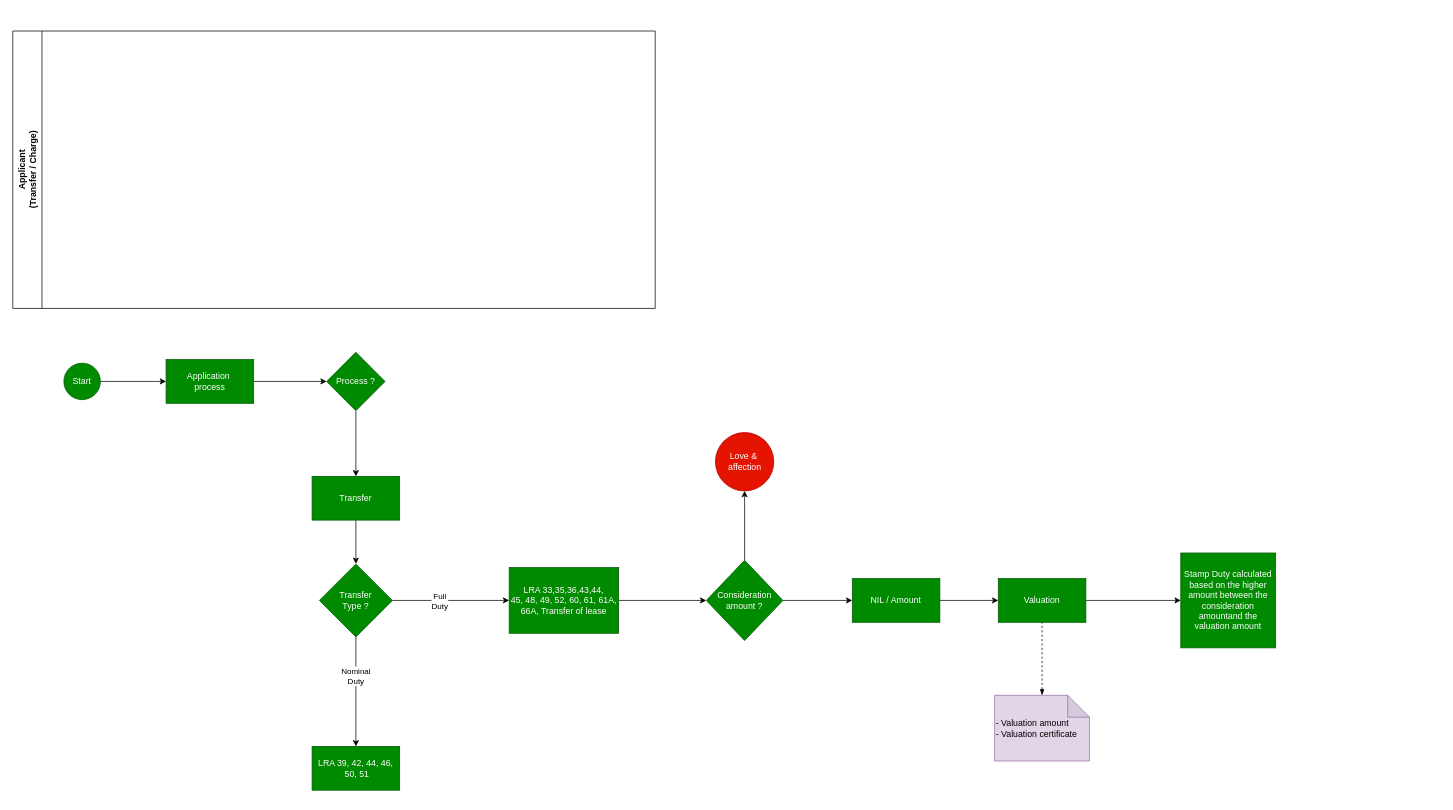
Earlier version of the draw.io diagram stampDuty/process/stamp_duty.drawio (pascalokoth/BPMN). Source tidied: cells renumbered, new cells numbered last; positions are measured from the earlier drawing's top-left corner, leaving out a move shared by most shapes. Both pictures are drawn from the tidied source at 73%, with x=0, y=0 at pixel (12, 31).
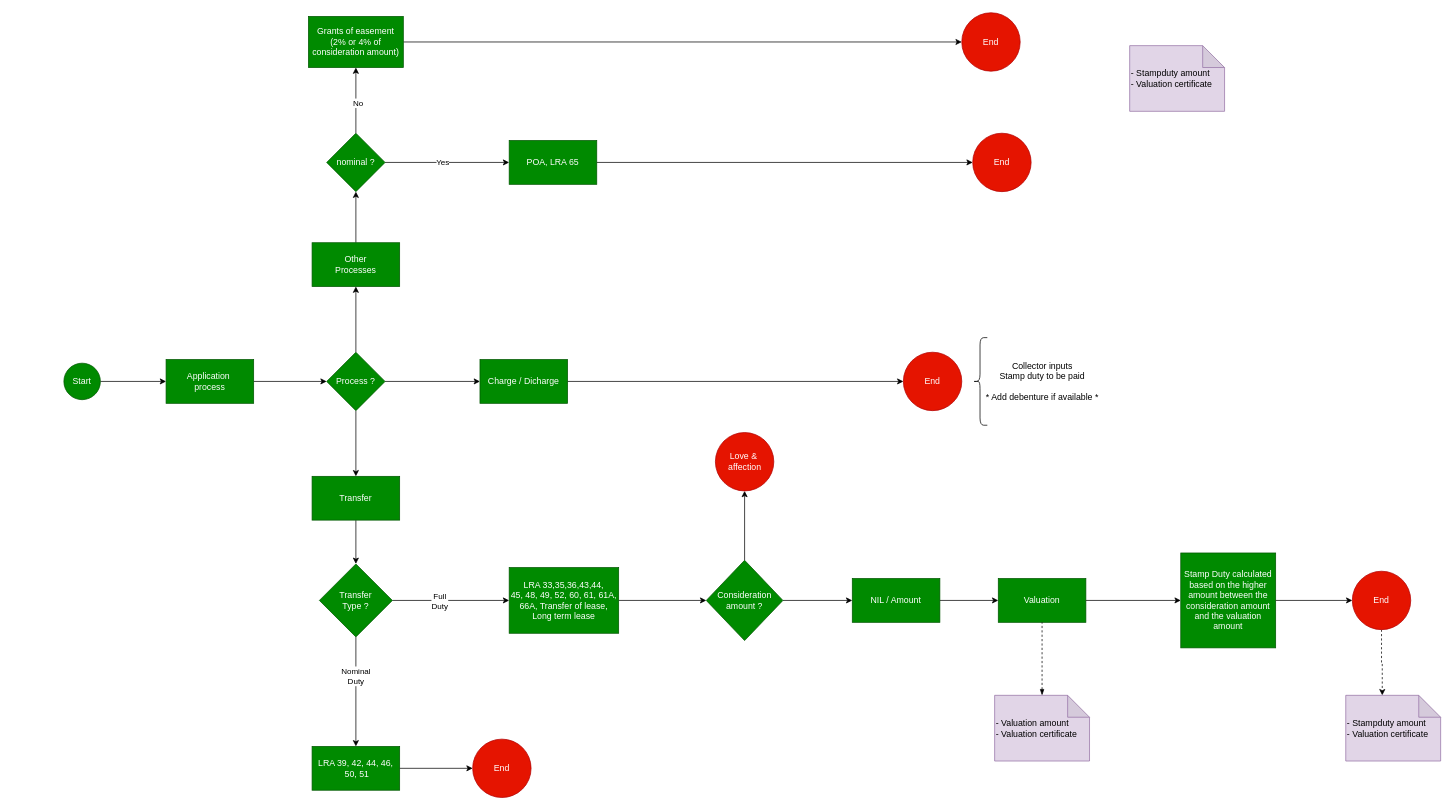
Above is the later version.

The change refers to these unchanged cells:
```xml
<mxCell id="8" value="Process ?" style="rhombus;whiteSpace=wrap;html=1;fillColor=#008a00;strokeColor=#005700;fontColor=#ffffff;" parent="1" vertex="1">
  <mxGeometry x="430" y="440" width="80" height="80" as="geometry" />
</mxCell>
<mxCell id="18" value="LRA 39, 42, 44, 46,&lt;br&gt;&amp;nbsp;50, 51" style="whiteSpace=wrap;html=1;fillColor=#008a00;strokeColor=#005700;fontColor=#ffffff;" parent="1" vertex="1">
  <mxGeometry x="410" y="980" width="120" height="60" as="geometry" />
</mxCell>
```

Diff of the diagram source:
```diff
@@
-    <mxCell id="2" value="Applicant&lt;br&gt;(Transfer / Charge)" style="swimlane;horizontal=0;whiteSpace=wrap;html=1;startSize=40;" parent="1" vertex="1">
-      <mxGeometry width="880" height="380" as="geometry" />
-    </mxCell>
@@
+    <mxCell id="30" style="edgeStyle=orthogonalEdgeStyle;rounded=0;jettySize=auto;html=1;" parent="1" edge="1" source="8" target="38">
+      <mxGeometry relative="1" as="geometry" />
+    </mxCell>
+    <mxCell id="31" style="edgeStyle=orthogonalEdgeStyle;rounded=0;jettySize=auto;html=1;" parent="1" edge="1" source="8" target="40">
+      <mxGeometry relative="1" as="geometry" />
+    </mxCell>
@@
-    <mxCell id="17" value="LRA 33,35,36,43,44,&lt;br&gt;45, 48, 49, 52, 60, 61, 61A, 66A, Transfer of lease" style="whiteSpace=wrap;html=1;fillColor=#008a00;strokeColor=#005700;fontColor=#ffffff;" parent="1" vertex="1">
+    <mxCell id="17" value="LRA 33,35,36,43,44,&lt;br&gt;45, 48, 49, 52, 60, 61, 61A, 66A, Transfer of lease, Long term lease" style="whiteSpace=wrap;html=1;fillColor=#008a00;strokeColor=#005700;fontColor=#ffffff;" parent="1" vertex="1">
       <mxGeometry x="680" y="735" width="150" height="90" as="geometry" />
     </mxCell>
+    <mxCell id="32" style="edgeStyle=orthogonalEdgeStyle;rounded=0;jettySize=auto;html=1;" parent="1" edge="1" source="18" target="56">
+      <mxGeometry relative="1" as="geometry" />
+    </mxCell>
@@
+    <mxCell id="33" style="edgeStyle=orthogonalEdgeStyle;rounded=0;jettySize=auto;html=1;" parent="1" edge="1" source="29" target="35">
+      <mxGeometry relative="1" as="geometry" />
+    </mxCell>
-    <mxCell id="29" value="Stamp Duty calculated based on the higher amount between the consideration amountand the valuation amount" style="whiteSpace=wrap;html=1;fillColor=#008a00;strokeColor=#005700;fontColor=#ffffff;" parent="1" vertex="1">
+    <mxCell id="29" value="Stamp Duty calculated based on the higher amount between the consideration amount and the valuation amount" style="whiteSpace=wrap;html=1;fillColor=#008a00;strokeColor=#005700;fontColor=#ffffff;" parent="1" vertex="1">
       <mxGeometry x="1600" y="715" width="130" height="130" as="geometry" />
     </mxCell>
+    <mxCell id="34" style="edgeStyle=orthogonalEdgeStyle;rounded=0;jettySize=auto;html=1;entryX=0;entryY=0;entryDx=50;entryDy=0;entryPerimeter=0;dashed=1;" parent="1" edge="1" source="35" target="36">
+      <mxGeometry relative="1" as="geometry" />
+    </mxCell>
+    <mxCell id="35" value="End" style="ellipse;whiteSpace=wrap;html=1;fillColor=#e51400;strokeColor=#B20000;fontColor=#ffffff;" parent="1" vertex="1">
+      <mxGeometry x="1835" y="740" width="80" height="80" as="geometry" />
+    </mxCell>
+    <mxCell id="36" value="- Stampduty amount&lt;br&gt;- Valuation certificate" style="shape=note;whiteSpace=wrap;html=1;backgroundOutline=1;darkOpacity=0.05;fillColor=#e1d5e7;strokeColor=#9673a6;align=left;" parent="1" vertex="1">
+      <mxGeometry x="1826" y="910" width="130" height="90" as="geometry" />
+    </mxCell>
+    <mxCell id="37" style="edgeStyle=orthogonalEdgeStyle;rounded=0;jettySize=auto;html=1;" parent="1" edge="1" source="38" target="45">
+      <mxGeometry relative="1" as="geometry" />
+    </mxCell>
+    <mxCell id="38" value="Other&lt;br&gt;Processes" style="whiteSpace=wrap;html=1;fillColor=#008a00;strokeColor=#005700;fontColor=#ffffff;" parent="1" vertex="1">
+      <mxGeometry x="410" y="290" width="120" height="60" as="geometry" />
+    </mxCell>
+    <mxCell id="39" style="edgeStyle=orthogonalEdgeStyle;rounded=0;jettySize=auto;html=1;entryX=0;entryY=0.5;entryDx=0;entryDy=0;" parent="1" edge="1" source="40" target="50">
+      <mxGeometry relative="1" as="geometry" />
+    </mxCell>
+    <mxCell id="40" value="Charge / Dicharge" style="whiteSpace=wrap;html=1;fillColor=#008a00;strokeColor=#005700;fontColor=#ffffff;" parent="1" vertex="1">
+      <mxGeometry x="640" y="450" width="120" height="60" as="geometry" />
+    </mxCell>
+    <mxCell id="41" style="edgeStyle=orthogonalEdgeStyle;rounded=0;jettySize=auto;html=1;" parent="1" edge="1" source="45" target="47">
+      <mxGeometry relative="1" as="geometry" />
+    </mxCell>
+    <mxCell id="42" value="Yes" style="edgeLabel;html=1;align=center;verticalAlign=middle;" parent="41" vertex="1">
+      <mxGeometry x="-0.08" y="1" relative="1" as="geometry" />
+    </mxCell>
+    <mxCell id="43" style="edgeStyle=orthogonalEdgeStyle;rounded=0;jettySize=auto;html=1;" parent="1" edge="1" source="45" target="49">
+      <mxGeometry relative="1" as="geometry" />
+    </mxCell>
+    <mxCell id="44" value="No" style="edgeLabel;html=1;align=center;verticalAlign=middle;" parent="43" vertex="1">
+      <mxGeometry x="-0.06" y="-2" relative="1" as="geometry" />
+    </mxCell>
+    <mxCell id="45" value="nominal ?" style="rhombus;whiteSpace=wrap;html=1;fillColor=#008a00;strokeColor=#005700;fontColor=#ffffff;" parent="1" vertex="1">
+      <mxGeometry x="430" y="140" width="80" height="80" as="geometry" />
+    </mxCell>
+    <mxCell id="46" style="edgeStyle=orthogonalEdgeStyle;rounded=0;jettySize=auto;html=1;" parent="1" edge="1" source="47" target="54">
+      <mxGeometry relative="1" as="geometry" />
+    </mxCell>
+    <mxCell id="47" value="POA, LRA 65" style="whiteSpace=wrap;html=1;fillColor=#008a00;strokeColor=#005700;fontColor=#ffffff;" parent="1" vertex="1">
+      <mxGeometry x="680" y="150" width="120" height="60" as="geometry" />
+    </mxCell>
+    <mxCell id="48" style="edgeStyle=orthogonalEdgeStyle;rounded=0;jettySize=auto;html=1;" parent="1" edge="1" source="49" target="53">
+      <mxGeometry relative="1" as="geometry" />
+    </mxCell>
+    <mxCell id="49" value="Grants of easement&lt;br&gt;(2% or 4% of consideration amount)" style="whiteSpace=wrap;html=1;fillColor=#008a00;strokeColor=#005700;fontColor=#ffffff;" parent="1" vertex="1">
+      <mxGeometry x="405" y="-20" width="130" height="70" as="geometry" />
+    </mxCell>
+    <mxCell id="50" value="End" style="ellipse;whiteSpace=wrap;html=1;fillColor=#e51400;strokeColor=#B20000;fontColor=#ffffff;" parent="1" vertex="1">
+      <mxGeometry x="1220" y="440" width="80" height="80" as="geometry" />
+    </mxCell>
+    <mxCell id="51" style="shape=curlyBracket;whiteSpace=wrap;html=1;rounded=1;labelPosition=left;verticalLabelPosition=middle;align=right;verticalAlign=middle;" parent="1" vertex="1">
+      <mxGeometry x="1315" y="420" width="20" height="120" as="geometry" />
+    </mxCell>
+    <mxCell id="52" value="Collector inputs&lt;br&gt;Stamp duty to be paid&lt;br&gt;&lt;br&gt;&lt;div style=&quot;text-align: left;&quot;&gt;* Add debenture if available *&lt;/div&gt;" style="text;html=1;align=center;verticalAlign=middle;strokeColor=none;fillColor=none;" parent="1" vertex="1">
+      <mxGeometry x="1320" y="445" width="180" height="70" as="geometry" />
+    </mxCell>
+    <mxCell id="53" value="End" style="ellipse;whiteSpace=wrap;html=1;fillColor=#e51400;strokeColor=#B20000;fontColor=#ffffff;" parent="1" vertex="1">
+      <mxGeometry x="1300" y="-25" width="80" height="80" as="geometry" />
+    </mxCell>
+    <mxCell id="54" value="End" style="ellipse;whiteSpace=wrap;html=1;fillColor=#e51400;strokeColor=#B20000;fontColor=#ffffff;" parent="1" vertex="1">
+      <mxGeometry x="1315" y="140" width="80" height="80" as="geometry" />
+    </mxCell>
+    <mxCell id="55" value="- Stampduty amount&lt;br&gt;- Valuation certificate" style="shape=note;whiteSpace=wrap;html=1;backgroundOutline=1;darkOpacity=0.05;fillColor=#e1d5e7;strokeColor=#9673a6;align=left;" parent="1" vertex="1">
+      <mxGeometry x="1530" y="20" width="130" height="90" as="geometry" />
+    </mxCell>
+    <mxCell id="56" value="End" style="ellipse;whiteSpace=wrap;html=1;fillColor=#e51400;strokeColor=#B20000;fontColor=#ffffff;" parent="1" vertex="1">
+      <mxGeometry x="630" y="970" width="80" height="80" as="geometry" />
+    </mxCell>
```
